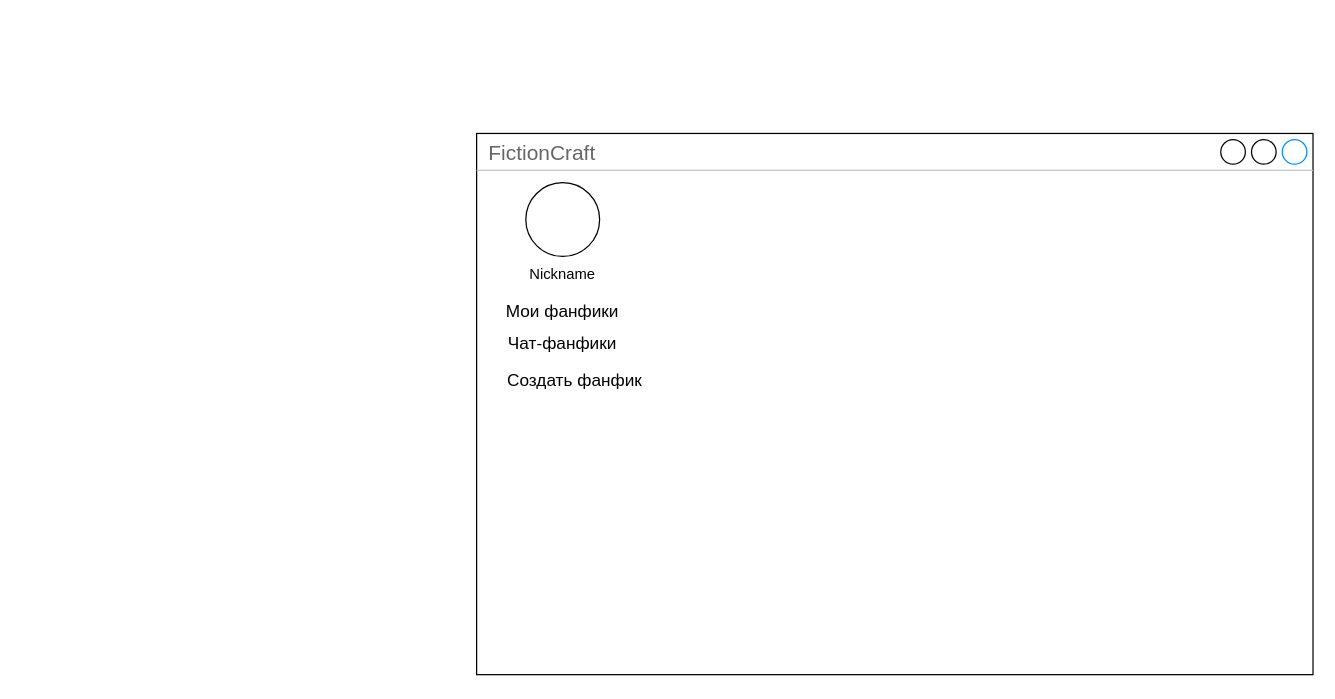
Above: page "Страница — 2" (2 of 2) of Диаграмма без названия.drawio in IT-Dasha/FictionCraft (draw.io), before the change. Source tidied: cells renumbered, new cells numbered last; positions are measured from the earlier drawing's top-left corner, leaving out a move shared by most shapes. Both pictures are drawn from the tidied source at 123%, with x=0, y=0 at pixel (476, 133).
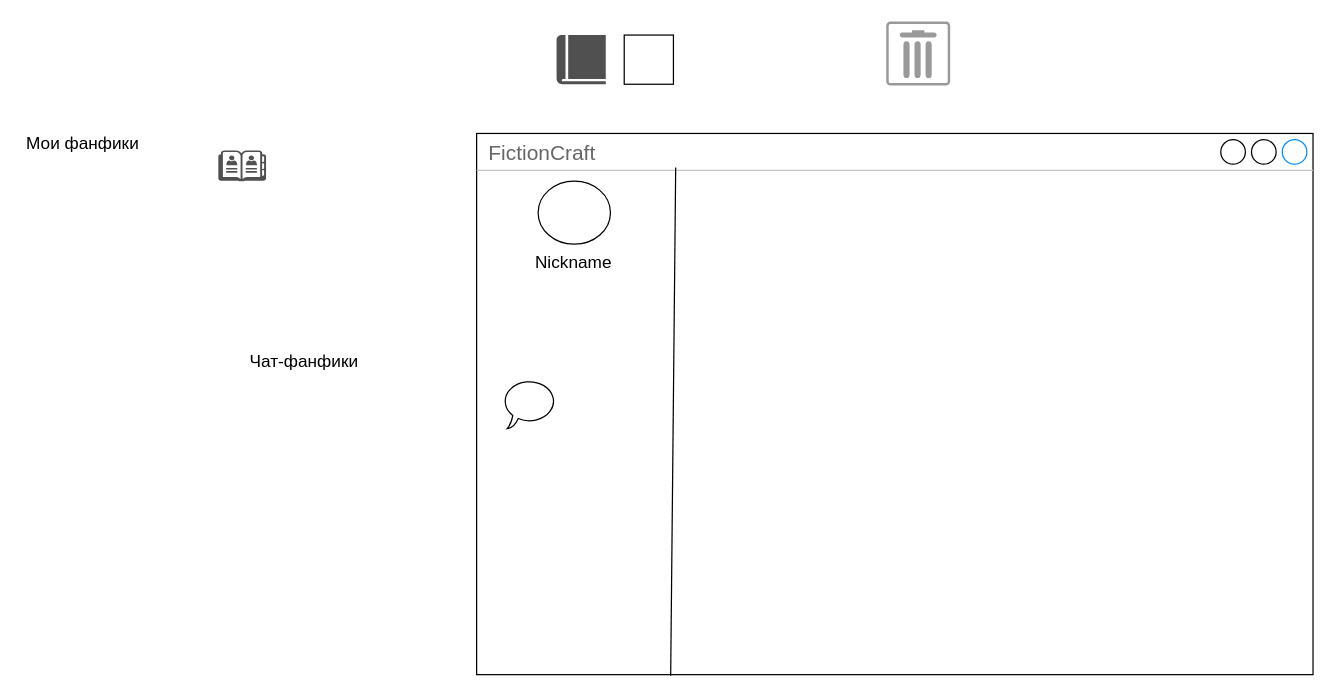
The same page after the edit.

Diff of the diagram source:
```diff
@@
 <mxGraphModel>
   <root>
     <mxCell id="0" />
     <mxCell id="1" parent="0" />
     <mxCell id="2" value="FictionCraft" style="strokeWidth=1;shadow=0;dashed=0;align=center;html=1;shape=mxgraph.mockup.containers.window;align=left;verticalAlign=top;spacingLeft=8;strokeColor2=#008cff;strokeColor3=#c4c4c4;fontColor=#666666;mainText=;fontSize=17;labelBackgroundColor=none;whiteSpace=wrap;" parent="1" vertex="1">
       <mxGeometry width="680" height="440" as="geometry" />
     </mxCell>
     <mxCell id="3" style="ellipse;whiteSpace=wrap;html=1;" parent="1" vertex="1">
-      <mxGeometry x="40" y="40" width="60" height="60" as="geometry" />
+      <mxGeometry x="50" y="38.8" width="58.8" height="51.2" as="geometry" />
     </mxCell>
-    <mxCell id="4" value="Nickname" style="text;html=1;align=center;verticalAlign=middle;whiteSpace=wrap;rounded=0;" parent="1" vertex="1">
-      <mxGeometry x="40" y="100" width="60" height="30" as="geometry" />
+    <mxCell id="4" value="&lt;font style=&quot;font-size: 14px;&quot;&gt;Nickname&lt;/font&gt;" style="text;html=1;align=center;verticalAlign=middle;whiteSpace=wrap;rounded=0;fontSize=13;" parent="1" vertex="1">
+      <mxGeometry x="48.8" y="90" width="60" height="30" as="geometry" />
     </mxCell>
+    <mxCell id="8" style="endArrow=none;html=1;rounded=0;entryX=0.238;entryY=0.063;entryDx=0;entryDy=0;entryPerimeter=0;exitX=0.232;exitY=1.002;exitDx=0;exitDy=0;exitPerimeter=0;" parent="1" edge="1" source="2" target="2">
+      <mxGeometry relative="1" as="geometry" />
+    </mxCell>
+    <mxCell id="9" style="rounded=0;whiteSpace=wrap;html=1;" parent="1" vertex="1">
+      <mxGeometry x="120" y="-80" width="40" height="40" as="geometry" />
+    </mxCell>
+    <mxCell id="10" style="sketch=0;shadow=0;dashed=0;html=1;strokeColor=none;fillColor=#505050;labelPosition=center;verticalLabelPosition=bottom;verticalAlign=top;align=center;shape=mxgraph.office.concepts.book_journal;" parent="1" vertex="1">
+      <mxGeometry x="65" y="-80" width="40" height="40" as="geometry" />
+    </mxCell>
+    <mxCell id="11" style="sketch=0;shadow=0;dashed=0;html=1;strokeColor=none;fillColor=#505050;labelPosition=center;verticalLabelPosition=bottom;verticalAlign=top;align=center;shape=mxgraph.office.concepts.address_book;" parent="1" vertex="1">
+      <mxGeometry x="-210" y="13.8" width="38.8" height="25" as="geometry" />
+    </mxCell>
+    <mxCell id="12" style="whiteSpace=wrap;html=1;shape=mxgraph.basic.oval_callout;" parent="1" vertex="1">
+      <mxGeometry x="21.2" y="200" width="43.8" height="40" as="geometry" />
+    </mxCell>
+    <mxCell id="13" style="strokeColor=#999999;verticalLabelPosition=bottom;shadow=0;dashed=0;verticalAlign=top;strokeWidth=2;html=1;shape=mxgraph.mockup.misc.trashcanIcon;" parent="1" vertex="1">
+      <mxGeometry x="334" y="-90" width="50" height="50" as="geometry" />
+    </mxCell>
     <mxCell id="5" value="&lt;font style=&quot;font-size: 14px;&quot;&gt;Мои фанфики&lt;/font&gt;" style="text;html=1;align=center;verticalAlign=middle;whiteSpace=wrap;rounded=0;" parent="1" vertex="1">
-      <mxGeometry x="20" y="130" width="100" height="30" as="geometry" />
+      <mxGeometry x="-370" y="-10" width="100" height="35" as="geometry" />
     </mxCell>
     <mxCell id="6" value="&lt;font style=&quot;font-size: 14px;&quot;&gt;Чат-фанфики&lt;/font&gt;" style="text;html=1;align=center;verticalAlign=middle;whiteSpace=wrap;rounded=0;" parent="1" vertex="1">
-      <mxGeometry x="20" y="156" width="100" height="30" as="geometry" />
+      <mxGeometry x="-190" y="170" width="100" height="30" as="geometry" />
     </mxCell>
-    <mxCell id="7" value="&lt;span style=&quot;font-size: 14px;&quot;&gt;Создать фанфик&lt;/span&gt;" style="text;html=1;align=center;verticalAlign=middle;whiteSpace=wrap;rounded=0;" parent="1" vertex="1">
-      <mxGeometry x="20" y="186" width="120" height="30" as="geometry" />
-    </mxCell>
   </root>
 </mxGraphModel>
```
